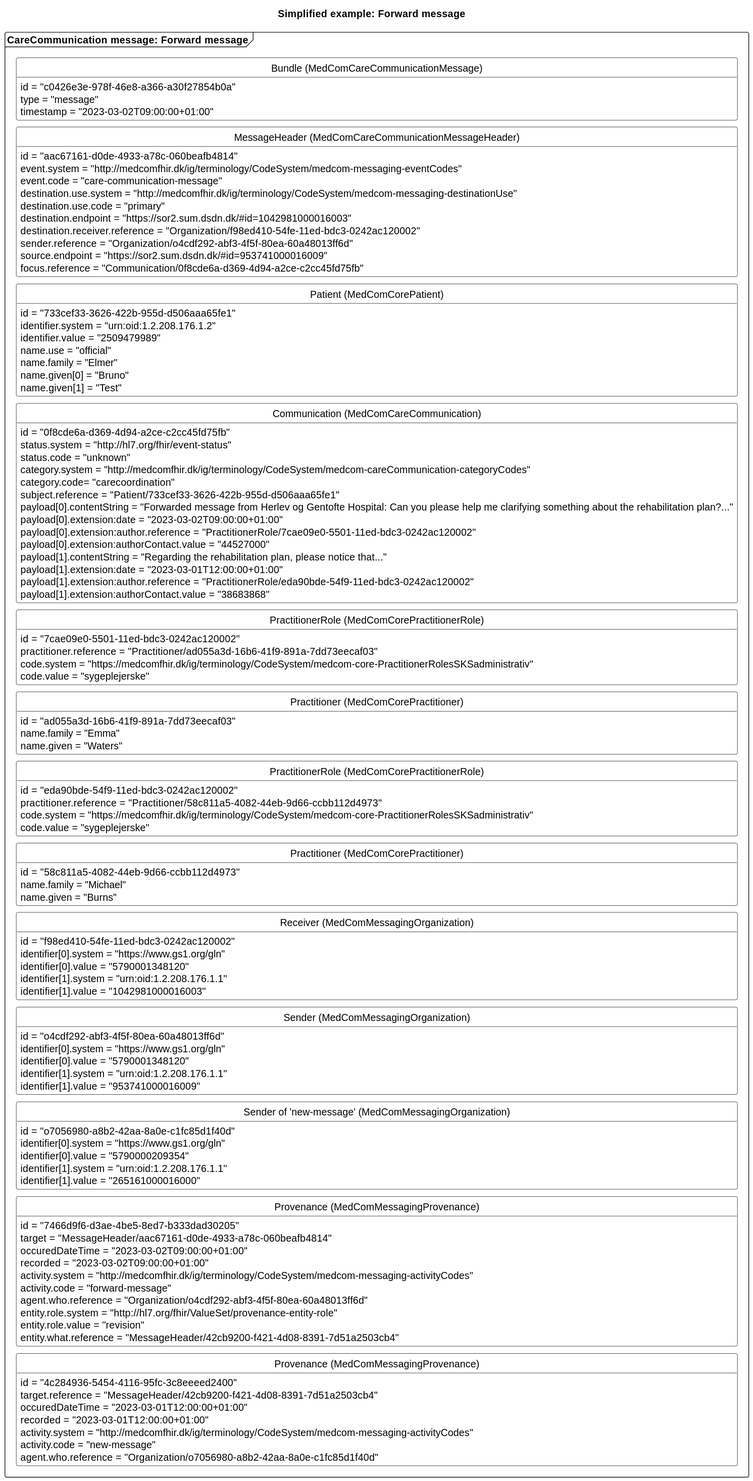
This is input/images/carecommunication/CCForwardMessage2.svg from medcomdk/dk-medcom-carecommunication, a PlantUML export, as it was before one commit.
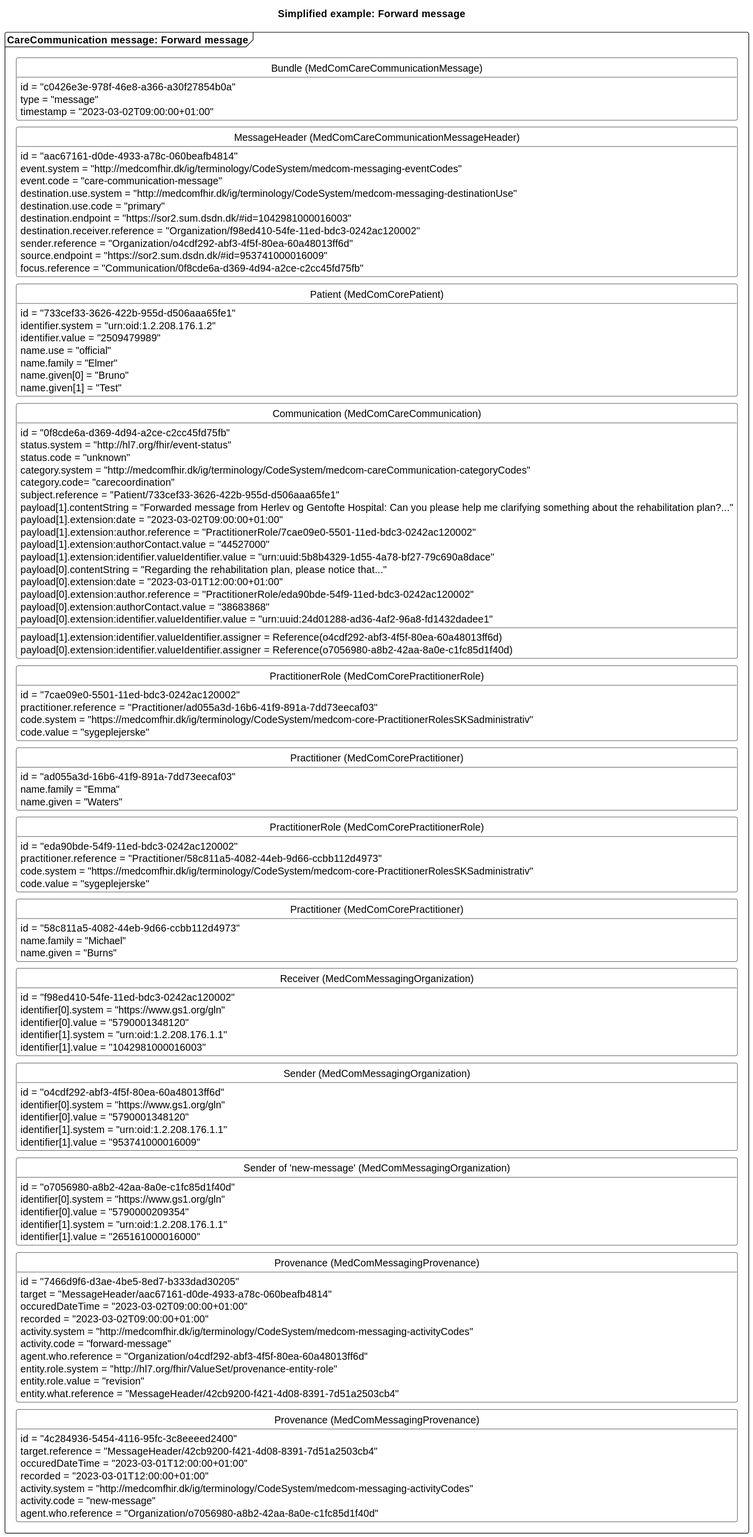
After the commit.

The edit, as a diff of the source:
```diff
@@ -47,14 +47,18 @@
         category.system = "http://medcomfhir.dk/ig/terminology/CodeSystem/medcom-careCommunication-categoryCodes"
         category.code= "carecoordination"
         subject.reference = "Patient/733cef33-3626-422b-955d-d506aaa65fe1"
-        payload[0].contentString = "Forwarded message from Herlev og Gentofte Hospital: Can you please help me clarifying something about the rehabilitation plan?..."
-        payload[0].extension:date = "2023-03-02T09:00:00+01:00"
-        payload[0].extension:author.reference = "PractitionerRole/7cae09e0-5501-11ed-bdc3-0242ac120002"
-        payload[0].extension:authorContact.value = "44527000"
-        payload[1].contentString = "Regarding the rehabilitation plan, please notice that..."
-        payload[1].extension:date = "2023-03-01T12:00:00+01:00"
-        payload[1].extension:author.reference = "PractitionerRole/eda90bde-54f9-11ed-bdc3-0242ac120002"
-        payload[1].extension:authorContact.value = "38683868"
+        payload[1].contentString = "Forwarded message from Herlev og Gentofte Hospital: Can you please help me clarifying something about the rehabilitation plan?..."
+        payload[1].extension:date = "2023-03-02T09:00:00+01:00"
+        payload[1].extension:author.reference = "PractitionerRole/7cae09e0-5501-11ed-bdc3-0242ac120002"
+        payload[1].extension:authorContact.value = "44527000"
+        payload[1].extension:identifier.valueIdentifier.value = "urn:uuid:5b8b4329-1d55-4a78-bf27-79c690a8dace"
+        payload[1].extension:identifier.valueIdentifier.assigner = Reference(o4cdf292-abf3-4f5f-80ea-60a48013ff6d)
+        payload[0].contentString = "Regarding the rehabilitation plan, please notice that..."
+        payload[0].extension:date = "2023-03-01T12:00:00+01:00"
+        payload[0].extension:author.reference = "PractitionerRole/eda90bde-54f9-11ed-bdc3-0242ac120002"
+        payload[0].extension:authorContact.value = "38683868"
+        payload[0].extension:identifier.valueIdentifier.value = "urn:uuid:24d01288-ad36-4af2-96a8-fd1432dadee1"
+        payload[0].extension:identifier.valueIdentifier.assigner = Reference(o7056980-a8b2-42aa-8a0e-c1fc85d1f40d)
     }
     class "PractitionerRole (MedComCorePractitionerRole)" as forwardPracR{
         id = "7cae09e0-5501-11ed-bdc3-0242ac120002"
```
